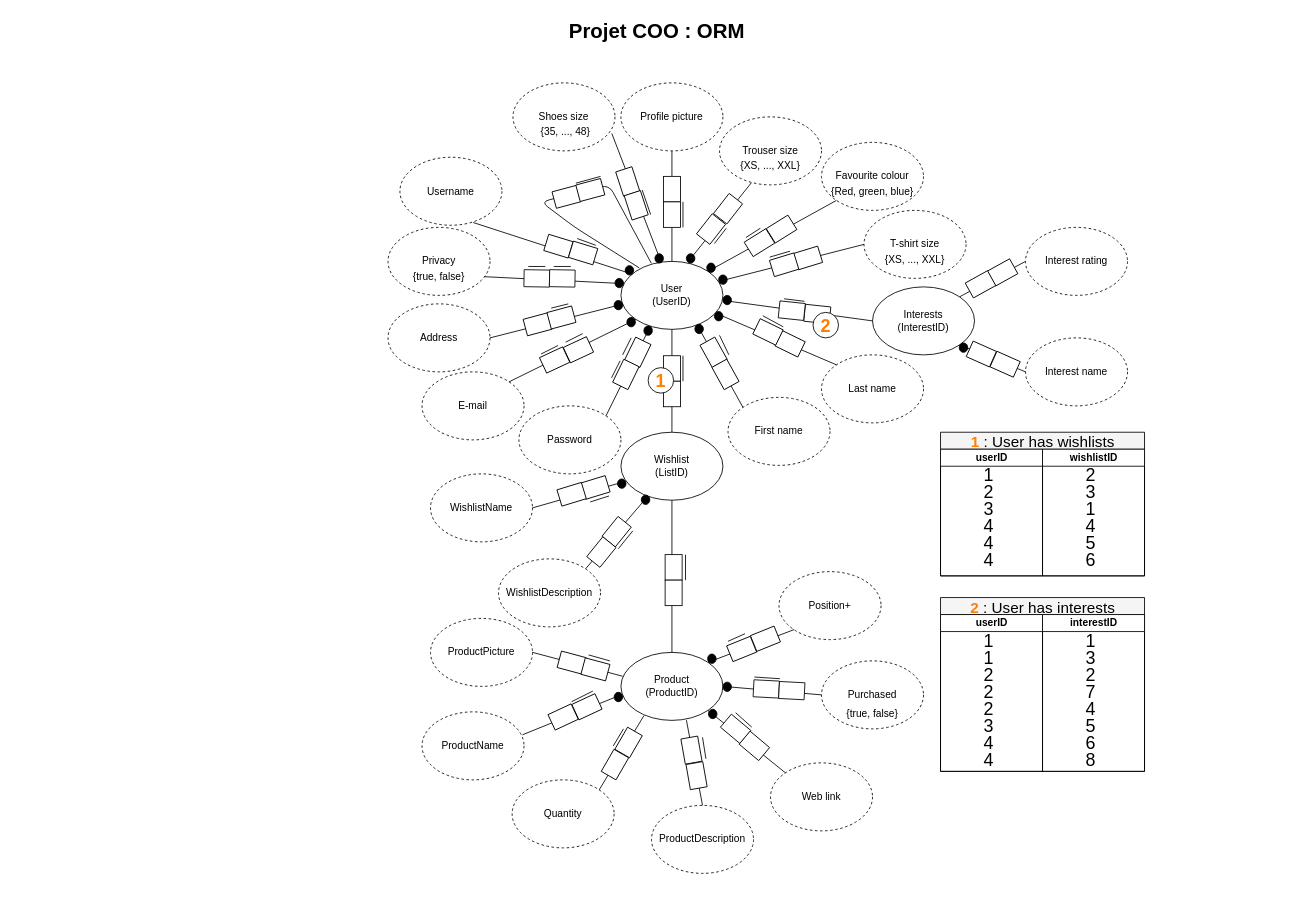
The draw.io diagram Diagrammes/ORM.drawio in NNepper/LSINF1225-2020-GroupeL1.1-WishList, before the edit. Source tidied: cells renumbered, new cells numbered last; positions are measured from the earlier drawing's top-left corner, leaving out a move shared by most shapes. Both pictures are drawn from the tidied source at 85%, with x=0, y=0 at pixel (14, 14).
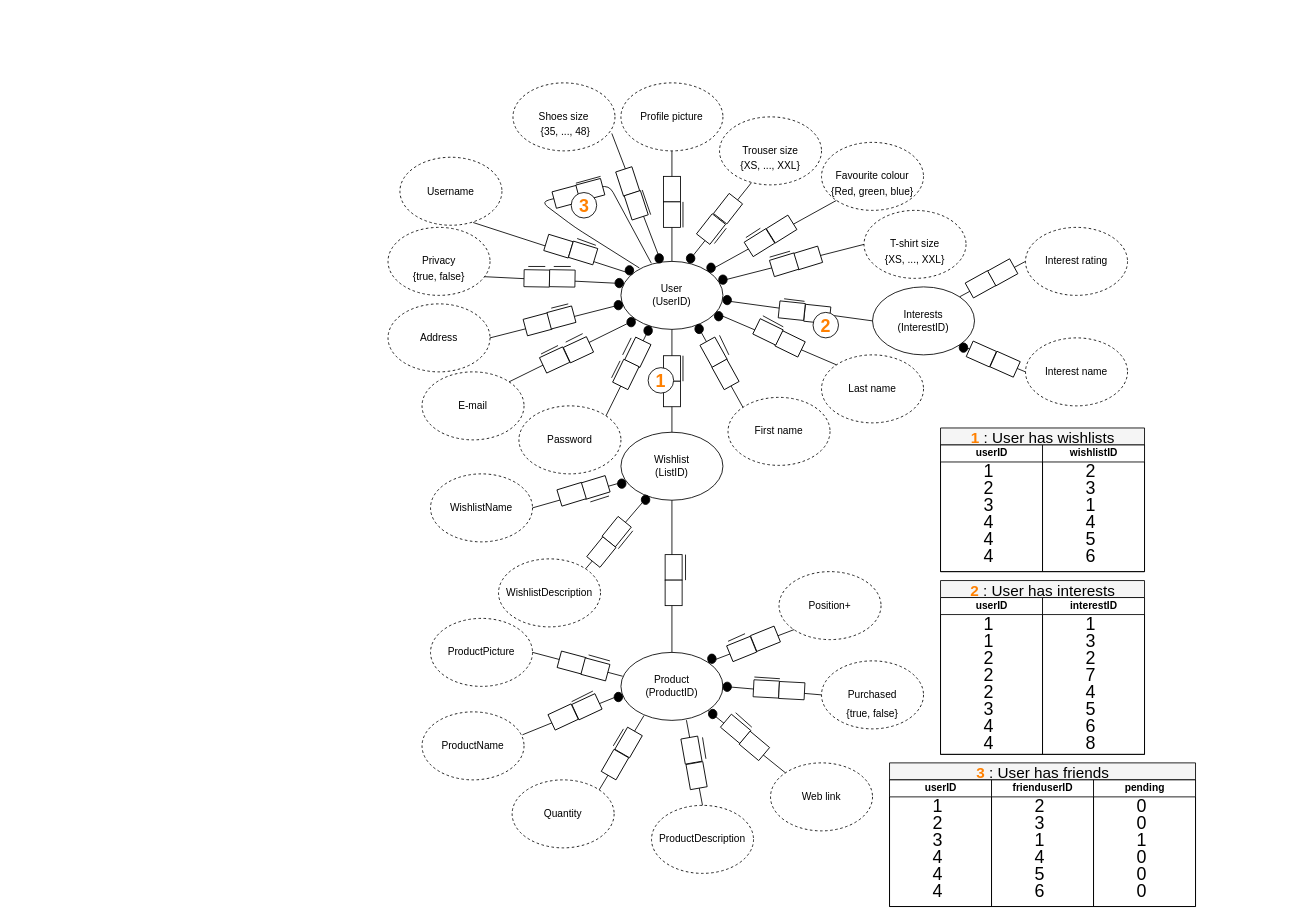
After the change.

Commit message (it also covers changes not shown here):
Ajout table uhf

What changed in the source:
```diff
@@
-    <mxCell id="2" value="Projet COO : ORM" style="text;strokeColor=none;fillColor=none;html=1;fontSize=24;fontStyle=1;verticalAlign=middle;align=center;" parent="1" vertex="1">
-      <mxGeometry width="1510" height="40" as="geometry" />
-    </mxCell>
@@
     <mxCell id="196" value="&lt;font style=&quot;font-size: 18px&quot;&gt;&lt;b&gt;&lt;font color=&quot;#ff8000&quot;&gt;1&lt;/font&gt;&lt;/b&gt; : User has wishlists&lt;/font&gt;" style="swimlane;html=1;startSize=20;fillColor=#F5F5F5;fontSize=21;fontColor=#000000;fontStyle=0;labelBackgroundColor=none;" parent="1" vertex="1">
-      <mxGeometry x="1089" y="491" width="240" height="169" as="geometry" />
+      <mxGeometry x="1089" y="486" width="240" height="169" as="geometry" />
     </mxCell>
@@
     <mxCell id="211" value="&lt;font style=&quot;font-size: 18px&quot;&gt;&lt;font color=&quot;#ff8000&quot;&gt;&lt;b&gt;2&lt;/b&gt;&lt;/font&gt; : User has interests&lt;/font&gt;" style="swimlane;html=1;startSize=20;fillColor=#F5F5F5;fontSize=21;fontColor=#000000;fontStyle=0;labelBackgroundColor=none;" parent="1" vertex="1">
-      <mxGeometry x="1089" y="685.5" width="240" height="204.5" as="geometry" />
+      <mxGeometry x="1089" y="665.5" width="240" height="204.5" as="geometry" />
     </mxCell>
@@
+    <mxCell id="230" value="&lt;font style=&quot;font-size: 18px&quot;&gt;&lt;font color=&quot;#ff8000&quot;&gt;&lt;b&gt;3&lt;/b&gt;&lt;/font&gt; : User has friends&lt;/font&gt;" style="swimlane;html=1;startSize=20;fillColor=#F5F5F5;fontSize=21;fontColor=#000000;fontStyle=0;labelBackgroundColor=none;" parent="1" vertex="1">
+      <mxGeometry x="1029" y="880" width="360" height="169" as="geometry" />
+    </mxCell>
+    <mxCell id="231" value="userID" style="swimlane;html=1;startSize=20;" parent="230" vertex="1">
+      <mxGeometry y="20" width="120" height="149" as="geometry" />
+    </mxCell>
+    <mxCell id="232" value="1" style="text;html=1;strokeColor=none;fillColor=none;align=center;verticalAlign=middle;whiteSpace=wrap;rounded=0;fontSize=21;fontColor=#000000;" parent="231" vertex="1">
+      <mxGeometry x="37" y="20" width="40" height="20" as="geometry" />
+    </mxCell>
+    <mxCell id="233" value="frienduserID" style="swimlane;html=1;startSize=20;labelBackgroundColor=#ffffff;labelBorderColor=none;shadow=0;rounded=0;swimlaneLine=1;" parent="230" vertex="1">
+      <mxGeometry x="120" y="20" width="120" height="149" as="geometry" />
+    </mxCell>
+    <mxCell id="234" value="3" style="text;html=1;strokeColor=none;fillColor=none;align=center;verticalAlign=middle;whiteSpace=wrap;rounded=0;fontSize=21;fontColor=#000000;" parent="233" vertex="1">
+      <mxGeometry x="-83" y="60" width="40" height="20" as="geometry" />
+    </mxCell>
+    <mxCell id="235" value="4" style="text;html=1;strokeColor=none;fillColor=none;align=center;verticalAlign=middle;whiteSpace=wrap;rounded=0;fontSize=21;fontColor=#000000;" parent="233" vertex="1">
+      <mxGeometry x="-83" y="100" width="40" height="20" as="geometry" />
+    </mxCell>
+    <mxCell id="236" value="5" style="text;html=1;strokeColor=none;fillColor=none;align=center;verticalAlign=middle;whiteSpace=wrap;rounded=0;fontSize=21;fontColor=#000000;" parent="233" vertex="1">
+      <mxGeometry x="37" y="100" width="40" height="20" as="geometry" />
+    </mxCell>
+    <mxCell id="237" value="1" style="text;html=1;strokeColor=none;fillColor=none;align=center;verticalAlign=middle;whiteSpace=wrap;rounded=0;fontSize=21;fontColor=#000000;" parent="233" vertex="1">
+      <mxGeometry x="37" y="60" width="40" height="20" as="geometry" />
+    </mxCell>
+    <mxCell id="238" value="2" style="text;html=1;strokeColor=none;fillColor=none;align=center;verticalAlign=middle;whiteSpace=wrap;rounded=0;fontSize=21;fontColor=#000000;" parent="233" vertex="1">
+      <mxGeometry x="37" y="20" width="40" height="20" as="geometry" />
+    </mxCell>
+    <mxCell id="239" value="2" style="text;html=1;strokeColor=none;fillColor=none;align=center;verticalAlign=middle;whiteSpace=wrap;rounded=0;fontSize=21;fontColor=#000000;" parent="233" vertex="1">
+      <mxGeometry x="-83" y="40" width="40" height="20" as="geometry" />
+    </mxCell>
+    <mxCell id="240" value="3" style="text;html=1;strokeColor=none;fillColor=none;align=center;verticalAlign=middle;whiteSpace=wrap;rounded=0;fontSize=21;fontColor=#000000;" parent="233" vertex="1">
+      <mxGeometry x="37" y="40" width="40" height="20" as="geometry" />
+    </mxCell>
+    <mxCell id="241" value="4" style="text;html=1;strokeColor=none;fillColor=none;align=center;verticalAlign=middle;whiteSpace=wrap;rounded=0;fontSize=21;fontColor=#000000;" parent="233" vertex="1">
+      <mxGeometry x="-83" y="80" width="40" height="20" as="geometry" />
+    </mxCell>
+    <mxCell id="242" value="4" style="text;html=1;strokeColor=none;fillColor=none;align=center;verticalAlign=middle;whiteSpace=wrap;rounded=0;fontSize=21;fontColor=#000000;" parent="233" vertex="1">
+      <mxGeometry x="37" y="80" width="40" height="20" as="geometry" />
+    </mxCell>
+    <mxCell id="243" value="4" style="text;html=1;strokeColor=none;fillColor=none;align=center;verticalAlign=middle;whiteSpace=wrap;rounded=0;fontSize=21;fontColor=#000000;" parent="233" vertex="1">
+      <mxGeometry x="-83" y="120" width="40" height="20" as="geometry" />
+    </mxCell>
+    <mxCell id="244" value="6" style="text;html=1;strokeColor=none;fillColor=none;align=center;verticalAlign=middle;whiteSpace=wrap;rounded=0;fontSize=21;fontColor=#000000;" parent="233" vertex="1">
+      <mxGeometry x="37" y="120" width="40" height="20" as="geometry" />
+    </mxCell>
+    <mxCell id="245" value="pending" style="swimlane;html=1;startSize=20;labelBackgroundColor=#ffffff;labelBorderColor=none;shadow=0;rounded=0;swimlaneLine=1;" parent="230" vertex="1">
+      <mxGeometry x="240" y="20" width="120" height="149" as="geometry" />
+    </mxCell>
+    <mxCell id="246" value="0" style="text;html=1;strokeColor=none;fillColor=none;align=center;verticalAlign=middle;whiteSpace=wrap;rounded=0;fontSize=21;fontColor=#000000;" parent="245" vertex="1">
+      <mxGeometry x="37" y="100" width="40" height="20" as="geometry" />
+    </mxCell>
+    <mxCell id="247" value="1" style="text;html=1;strokeColor=none;fillColor=none;align=center;verticalAlign=middle;whiteSpace=wrap;rounded=0;fontSize=21;fontColor=#000000;" parent="245" vertex="1">
+      <mxGeometry x="37" y="60" width="40" height="20" as="geometry" />
+    </mxCell>
+    <mxCell id="248" value="0" style="text;html=1;strokeColor=none;fillColor=none;align=center;verticalAlign=middle;whiteSpace=wrap;rounded=0;fontSize=21;fontColor=#000000;" parent="245" vertex="1">
+      <mxGeometry x="37" y="20" width="40" height="20" as="geometry" />
+    </mxCell>
+    <mxCell id="249" value="0" style="text;html=1;strokeColor=none;fillColor=none;align=center;verticalAlign=middle;whiteSpace=wrap;rounded=0;fontSize=21;fontColor=#000000;" parent="245" vertex="1">
+      <mxGeometry x="37" y="40" width="40" height="20" as="geometry" />
+    </mxCell>
+    <mxCell id="250" value="0" style="text;html=1;strokeColor=none;fillColor=none;align=center;verticalAlign=middle;whiteSpace=wrap;rounded=0;fontSize=21;fontColor=#000000;" parent="245" vertex="1">
+      <mxGeometry x="37" y="80" width="40" height="20" as="geometry" />
+    </mxCell>
+    <mxCell id="251" value="0" style="text;html=1;strokeColor=none;fillColor=none;align=center;verticalAlign=middle;whiteSpace=wrap;rounded=0;fontSize=21;fontColor=#000000;" parent="245" vertex="1">
+      <mxGeometry x="37" y="120" width="40" height="20" as="geometry" />
+    </mxCell>
+    <mxCell id="252" value="&lt;b&gt;3&lt;/b&gt;" style="ellipse;whiteSpace=wrap;html=1;fontSize=21;fontColor=#FF8000;" parent="1" vertex="1">
+      <mxGeometry x="654.5" y="209" width="30" height="30" as="geometry" />
+    </mxCell>
```
